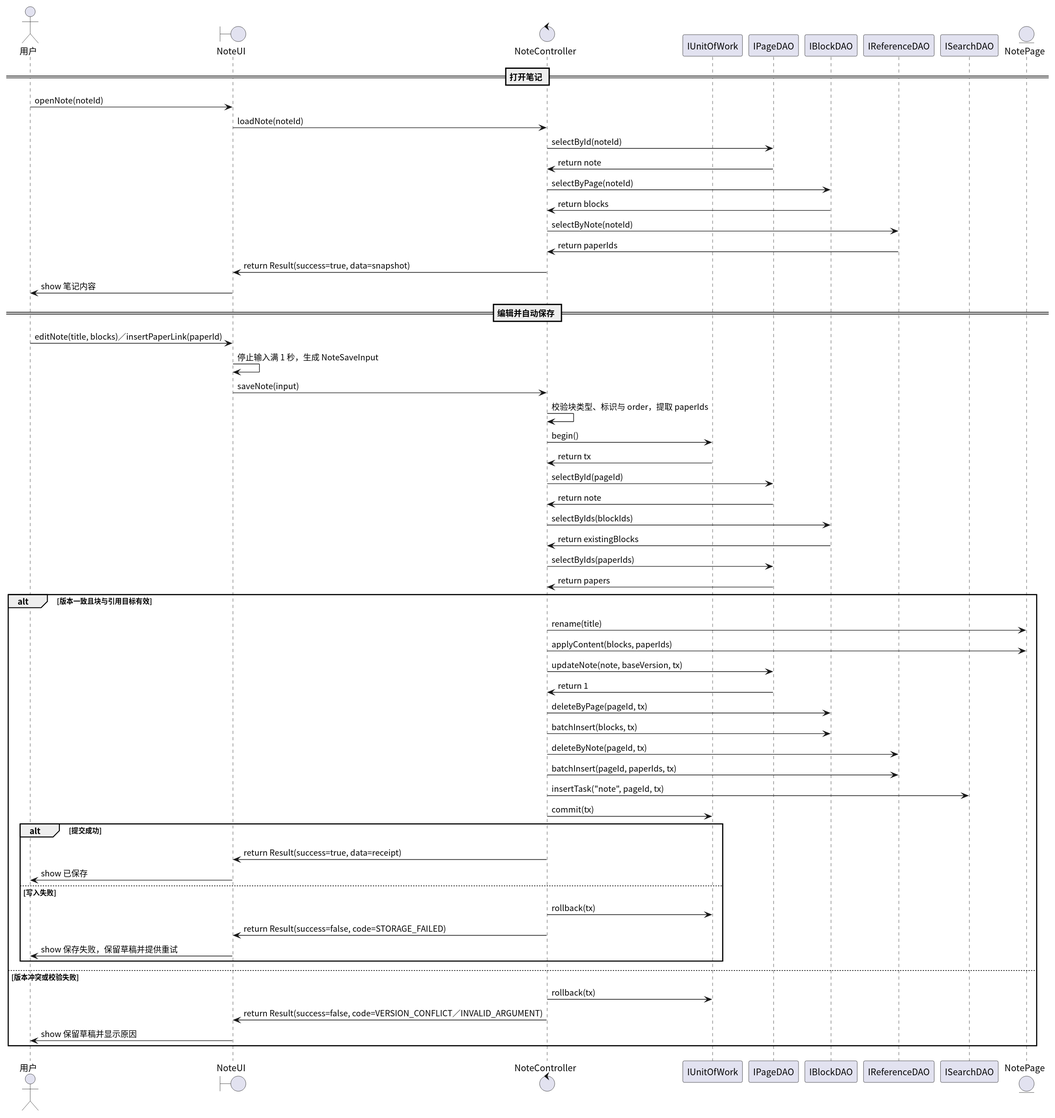
This is docs/SE_Experiment/design/figures/uc05.svg from AlanRosston/labloom, a PlantUML export, as it was before one commit.
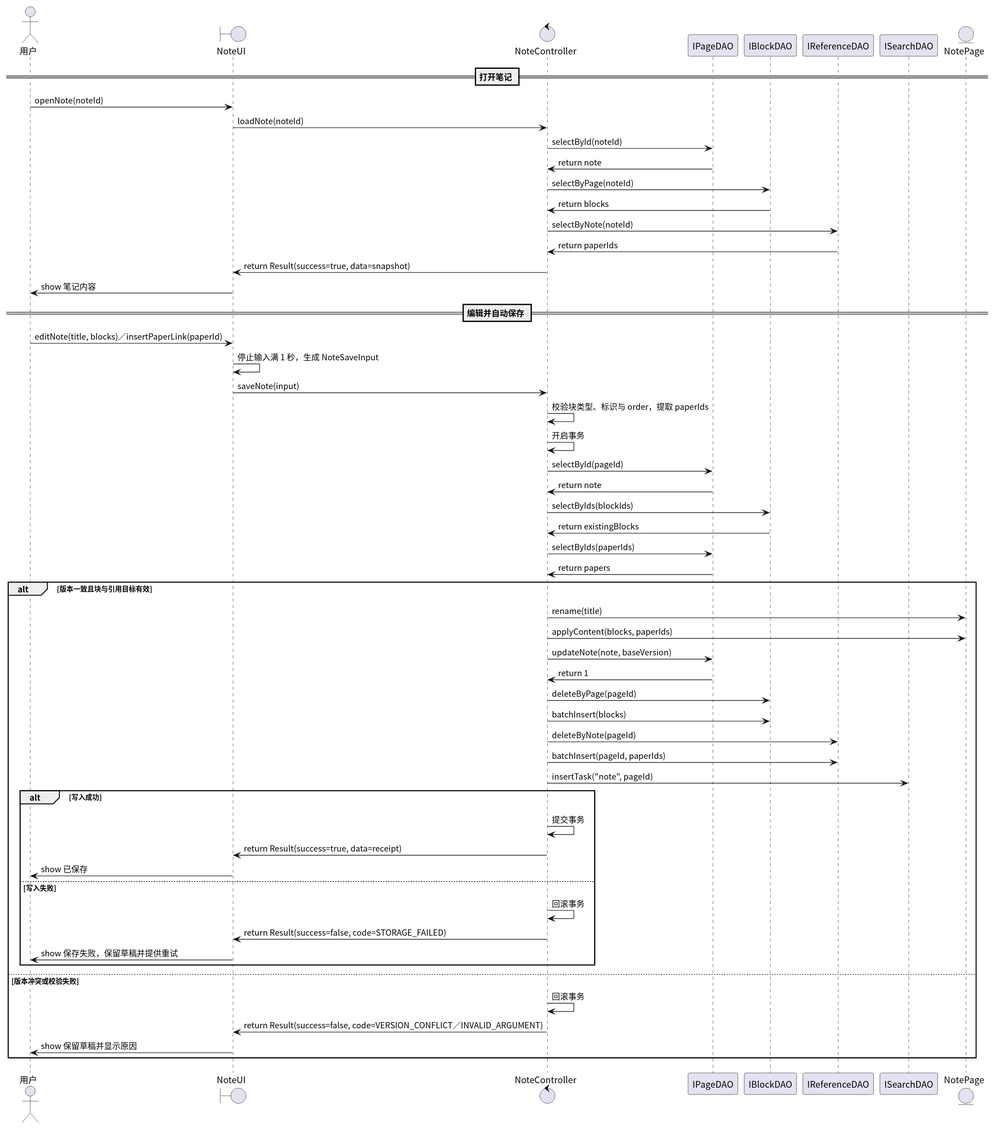
The same file after the commit.

Diff of the diagram source:
```diff
@@ -3,7 +3,6 @@
 actor 用户
 boundary NoteUI
 control NoteController
-participant IUnitOfWork
 participant IPageDAO
 participant IBlockDAO
 participant IReferenceDAO
@@ -27,8 +26,7 @@
 NoteUI -> NoteUI: 停止输入满 1 秒，生成 NoteSaveInput
 NoteUI -> NoteController: saveNote(input)
 NoteController -> NoteController: 校验块类型、标识与 order，提取 paperIds
-NoteController -> IUnitOfWork: begin()
-IUnitOfWork -> NoteController: return tx
+NoteController -> NoteController: 开启事务
 NoteController -> IPageDAO: selectById(pageId)
 IPageDAO -> NoteController: return note
 NoteController -> IBlockDAO: selectByIds(blockIds)
@@ -38,24 +36,24 @@
 alt 版本一致且块与引用目标有效
   NoteController -> NotePage: rename(title)
   NoteController -> NotePage: applyContent(blocks, paperIds)
-  NoteController -> IPageDAO: updateNote(note, baseVersion, tx)
+  NoteController -> IPageDAO: updateNote(note, baseVersion)
   IPageDAO -> NoteController: return 1
-  NoteController -> IBlockDAO: deleteByPage(pageId, tx)
-  NoteController -> IBlockDAO: batchInsert(blocks, tx)
-  NoteController -> IReferenceDAO: deleteByNote(pageId, tx)
-  NoteController -> IReferenceDAO: batchInsert(pageId, paperIds, tx)
-  NoteController -> ISearchDAO: insertTask("note", pageId, tx)
-  NoteController -> IUnitOfWork: commit(tx)
-  alt 提交成功
+  NoteController -> IBlockDAO: deleteByPage(pageId)
+  NoteController -> IBlockDAO: batchInsert(blocks)
+  NoteController -> IReferenceDAO: deleteByNote(pageId)
+  NoteController -> IReferenceDAO: batchInsert(pageId, paperIds)
+  NoteController -> ISearchDAO: insertTask("note", pageId)
+  alt 写入成功
+    NoteController -> NoteController: 提交事务
     NoteController -> NoteUI: return Result(success=true, data=receipt)
     NoteUI -> 用户: show 已保存
   else 写入失败
-    NoteController -> IUnitOfWork: rollback(tx)
+    NoteController -> NoteController: 回滚事务
     NoteController -> NoteUI: return Result(success=false, code=STORAGE_FAILED)
     NoteUI -> 用户: show 保存失败，保留草稿并提供重试
   end
 else 版本冲突或校验失败
-  NoteController -> IUnitOfWork: rollback(tx)
+  NoteController -> NoteController: 回滚事务
   NoteController -> NoteUI: return Result(success=false, code=VERSION_CONFLICT／INVALID_ARGUMENT)
   NoteUI -> 用户: show 保留草稿并显示原因
 end
```
